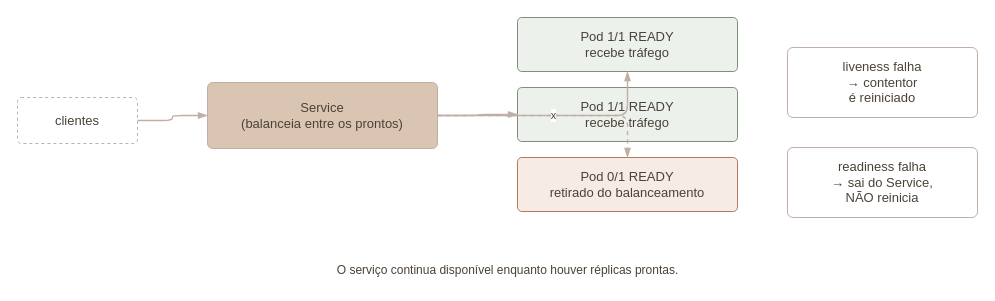
catarinaacsilva/catarinaacsilva.github.io keeps this draw.io diagram as materiais/UC-ICN/Aula 08 - Disponibilidade e Escalabilidade de Servicos/Diagramas/a08-health-checks.drawio. Above is the earlier version. Source tidied: cells renumbered, new cells numbered last; positions are measured from the earlier drawing's top-left corner, leaving out a move shared by most shapes. Both pictures are drawn from the tidied source at 100%, with x=0, y=0 at pixel (17, 17).
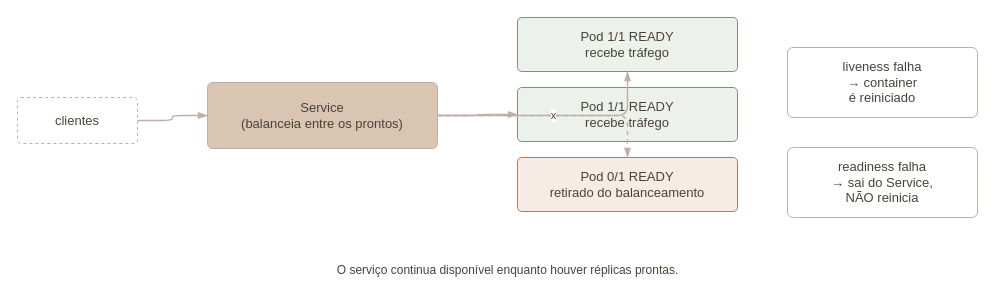
Above is the later version.

Change to the diagram source:
```diff
@@
 <mxGraphModel>
   <root>
     <mxCell id="0" />
     <mxCell id="1" parent="0" />
     <mxCell id="2" value="clientes" style="rounded=1;whiteSpace=wrap;html=1;fillColor=none;strokeColor=#BFAFA6;fontColor=#4A4238;dashed=1;fontFamily=Helvetica;fontSize=13;arcSize=8;" parent="1" vertex="1">
       <mxGeometry y="80" width="120" height="46" as="geometry" />
     </mxCell>
     <mxCell id="3" value="Service&lt;br&gt;(balanceia entre os prontos)" style="rounded=1;whiteSpace=wrap;html=1;fillColor=#D9C5B2;strokeColor=#BFAFA6;fontColor=#4A4238;dashed=0;fontFamily=Helvetica;fontSize=13;arcSize=8;" parent="1" vertex="1">
       <mxGeometry x="190" y="65" width="230" height="66" as="geometry" />
     </mxCell>
     <mxCell id="4" value="Pod  1/1 READY&lt;br&gt;recebe tráfego" style="rounded=1;whiteSpace=wrap;html=1;fillColor=#EDF1EC;strokeColor=#7E8F7C;fontColor=#4A4238;dashed=0;fontFamily=Helvetica;fontSize=13;arcSize=8;" parent="1" vertex="1">
       <mxGeometry x="500" width="220" height="54" as="geometry" />
     </mxCell>
     <mxCell id="5" value="Pod  1/1 READY&lt;br&gt;recebe tráfego" style="rounded=1;whiteSpace=wrap;html=1;fillColor=#EDF1EC;strokeColor=#7E8F7C;fontColor=#4A4238;dashed=0;fontFamily=Helvetica;fontSize=13;arcSize=8;" parent="1" vertex="1">
       <mxGeometry x="500" y="70" width="220" height="54" as="geometry" />
     </mxCell>
     <mxCell id="6" value="Pod  0/1 READY&lt;br&gt;retirado do balanceamento" style="rounded=1;whiteSpace=wrap;html=1;fillColor=#F7ECE5;strokeColor=#B5795C;fontColor=#4A4238;dashed=0;fontFamily=Helvetica;fontSize=13;arcSize=8;" parent="1" vertex="1">
       <mxGeometry x="500" y="140" width="220" height="54" as="geometry" />
     </mxCell>
     <mxCell id="7" value="readiness falha&lt;br&gt;→ sai do Service,&lt;br&gt;NÃO reinicia" style="rounded=1;whiteSpace=wrap;html=1;fillColor=#FFFFFF;strokeColor=#BFAFA6;fontColor=#4A4238;dashed=0;fontFamily=Helvetica;fontSize=13;arcSize=8;" parent="1" vertex="1">
       <mxGeometry x="770" y="130" width="190" height="70" as="geometry" />
     </mxCell>
-    <mxCell id="8" value="liveness falha&lt;br&gt;→ contentor&lt;br&gt;é reiniciado" style="rounded=1;whiteSpace=wrap;html=1;fillColor=#FFFFFF;strokeColor=#BFAFA6;fontColor=#4A4238;dashed=0;fontFamily=Helvetica;fontSize=13;arcSize=8;" parent="1" vertex="1">
+    <mxCell id="8" value="liveness falha&lt;br&gt;→ container&lt;br&gt;é reiniciado" style="rounded=1;whiteSpace=wrap;html=1;fillColor=#FFFFFF;strokeColor=#BFAFA6;fontColor=#4A4238;dashed=0;fontFamily=Helvetica;fontSize=13;arcSize=8;" parent="1" vertex="1">
       <mxGeometry x="770" y="30" width="190" height="70" as="geometry" />
     </mxCell>
     <mxCell id="9" value="O serviço continua disponível enquanto houver réplicas prontas." style="text;html=1;strokeColor=none;fillColor=none;align=center;verticalAlign=middle;fontColor=#4A4238;fontFamily=Helvetica;fontSize=12;" parent="1" vertex="1">
       <mxGeometry x="190" y="240" width="600" height="26" as="geometry" />
     </mxCell>
     <mxCell id="10" style="edgeStyle=orthogonalEdgeStyle;rounded=1;html=1;dashed=0;strokeColor=#BFAFA6;fontColor=#4A4238;fontFamily=Helvetica;fontSize=11;endArrow=blockThin;endFill=1;strokeWidth=1.4;" parent="1" edge="1" source="2" target="3">
       <mxGeometry relative="1" as="geometry" />
     </mxCell>
     <mxCell id="11" style="edgeStyle=orthogonalEdgeStyle;rounded=1;html=1;dashed=0;strokeColor=#BFAFA6;fontColor=#4A4238;fontFamily=Helvetica;fontSize=11;endArrow=blockThin;endFill=1;strokeWidth=1.4;" parent="1" edge="1" source="3" target="4">
       <mxGeometry relative="1" as="geometry" />
     </mxCell>
     <mxCell id="12" style="edgeStyle=orthogonalEdgeStyle;rounded=1;html=1;dashed=0;strokeColor=#BFAFA6;fontColor=#4A4238;fontFamily=Helvetica;fontSize=11;endArrow=blockThin;endFill=1;strokeWidth=1.4;" parent="1" edge="1" source="3" target="5">
       <mxGeometry relative="1" as="geometry" />
     </mxCell>
     <mxCell id="13" value="x" style="edgeStyle=orthogonalEdgeStyle;rounded=1;html=1;dashed=1;strokeColor=#BFAFA6;fontColor=#4A4238;fontFamily=Helvetica;fontSize=11;endArrow=blockThin;endFill=1;strokeWidth=1.4;" parent="1" edge="1" source="3" target="6">
       <mxGeometry relative="1" as="geometry" />
     </mxCell>
   </root>
 </mxGraphModel>
```
